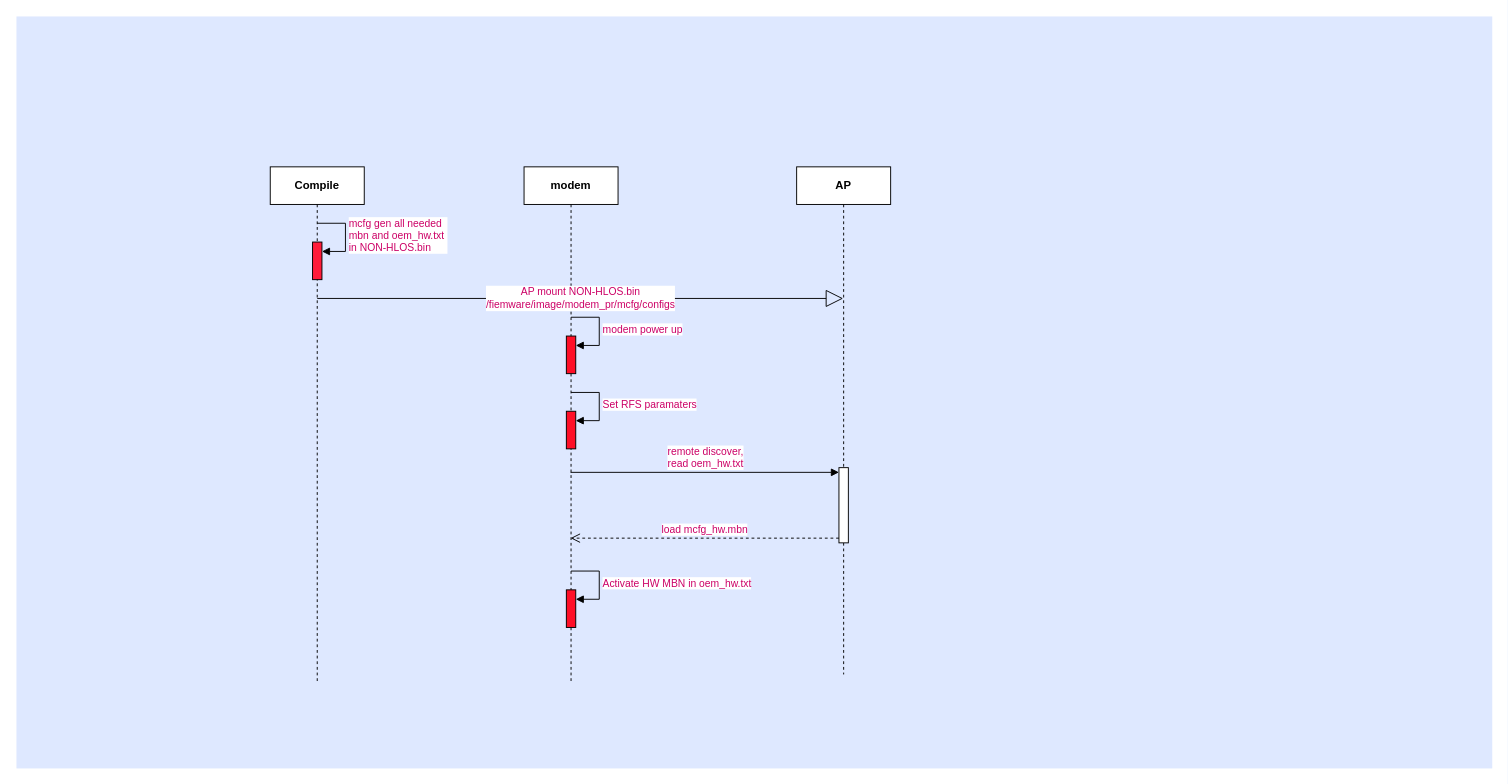
This is 未命名绘图.drawio from wangxinyangV/MyTestCode, a draw.io file, before an edit. Source tidied: cells renumbered, new cells numbered last; positions are measured from the earlier drawing's top-left corner, leaving out a move shared by most shapes. Both pictures are drawn from the tidied source at 94%, with x=0, y=0 at pixel (16, 16).
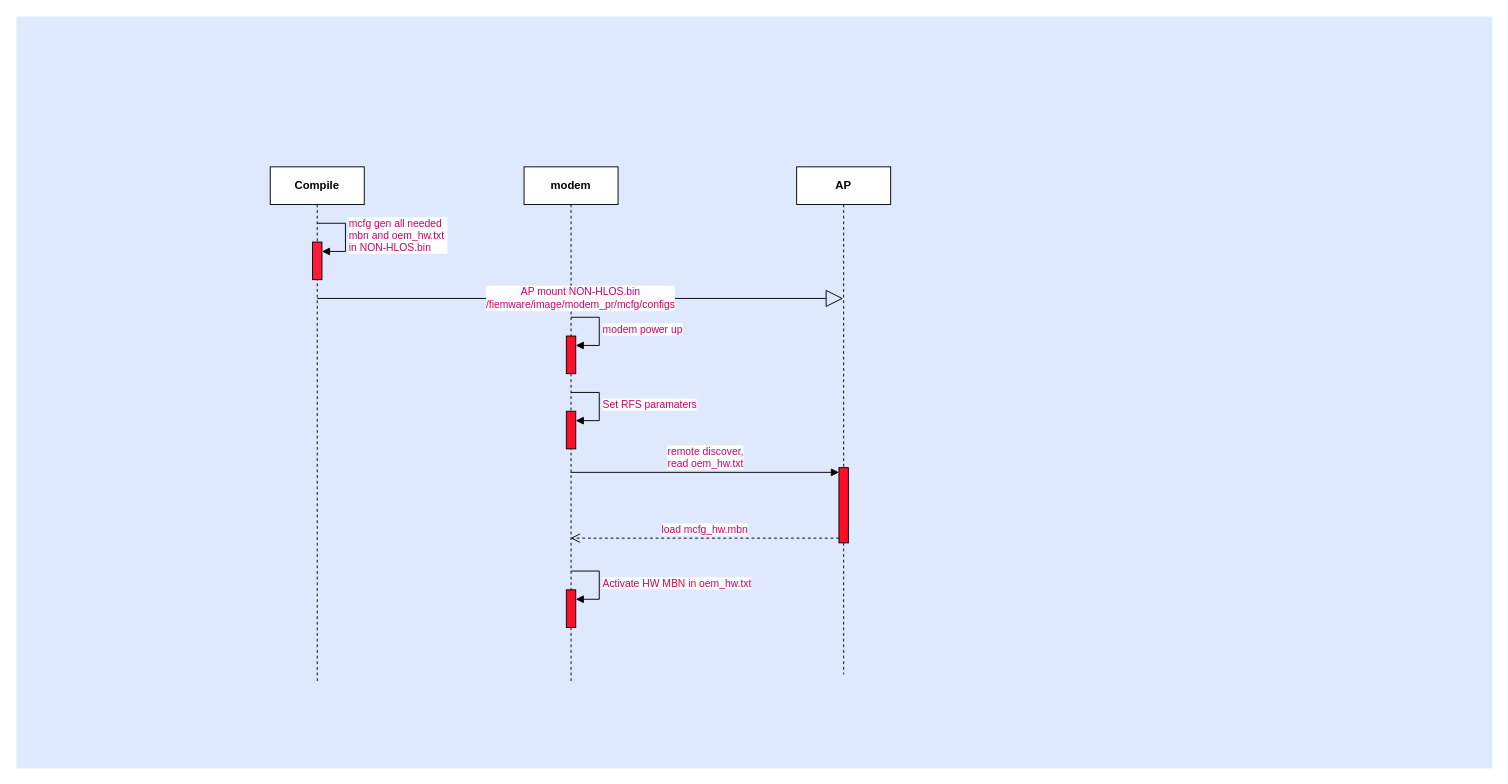
The same diagram, later.

Unchanged cells that the change refers to:
```xml
<mxCell id="13" value="&lt;b&gt;AP&lt;/b&gt;" style="shape=umlLifeline;perimeter=lifelinePerimeter;whiteSpace=wrap;html=1;newEdgeStyle={&quot;curved&quot;:0,&quot;rounded&quot;:0};" parent="1" vertex="1">
  <mxGeometry x="830" y="160" width="100" height="540" as="geometry" />
</mxCell>
```

The edit, as a diff of the source:
```diff
@@
-    <mxCell id="14" style="html=1;points=[[0,0,0,0,5],[0,1,0,0,-5],[1,0,0,0,5],[1,1,0,0,-5]];perimeter=orthogonalPerimeter;outlineConnect=0;targetShapes=umlLifeline;portConstraint=eastwest;newEdgeStyle={&quot;curved&quot;:0,&quot;rounded&quot;:0};" parent="13" vertex="1">
+    <mxCell id="14" style="html=1;points=[[0,0,0,0,5],[0,1,0,0,-5],[1,0,0,0,5],[1,1,0,0,-5]];perimeter=orthogonalPerimeter;outlineConnect=0;targetShapes=umlLifeline;portConstraint=eastwest;newEdgeStyle={&quot;curved&quot;:0,&quot;rounded&quot;:0};fillColor=#FF0F27;" parent="13" vertex="1">
       <mxGeometry x="45" y="320" width="10" height="80" as="geometry" />
     </mxCell>
```
